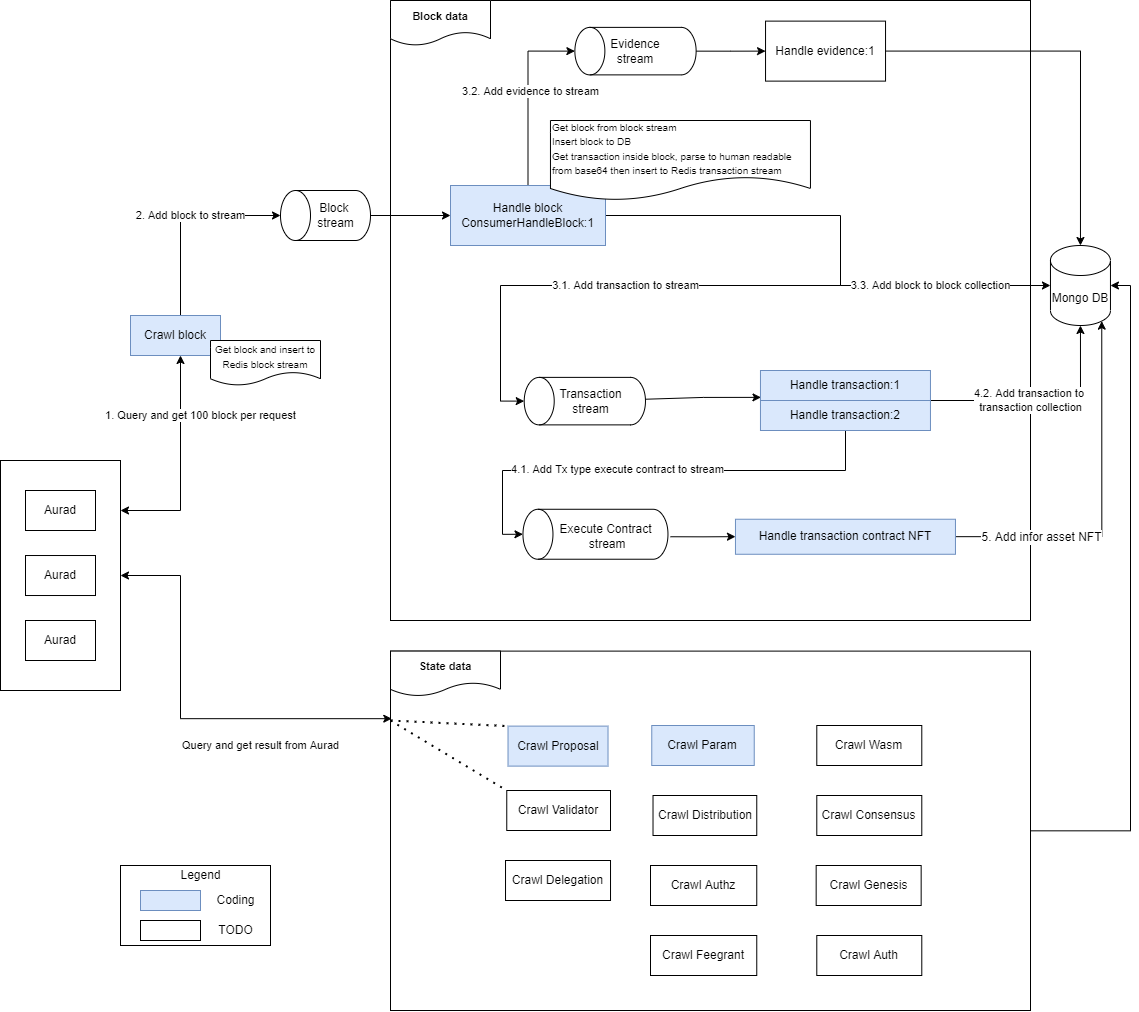
The draw.io diagram docs/images/mainflow-crawl.png in aura-nw/horoscope, before a commit. Source tidied: cells renumbered, new cells last; positions are measured from the earlier drawing's top-left corner, leaving out a move shared by most shapes.
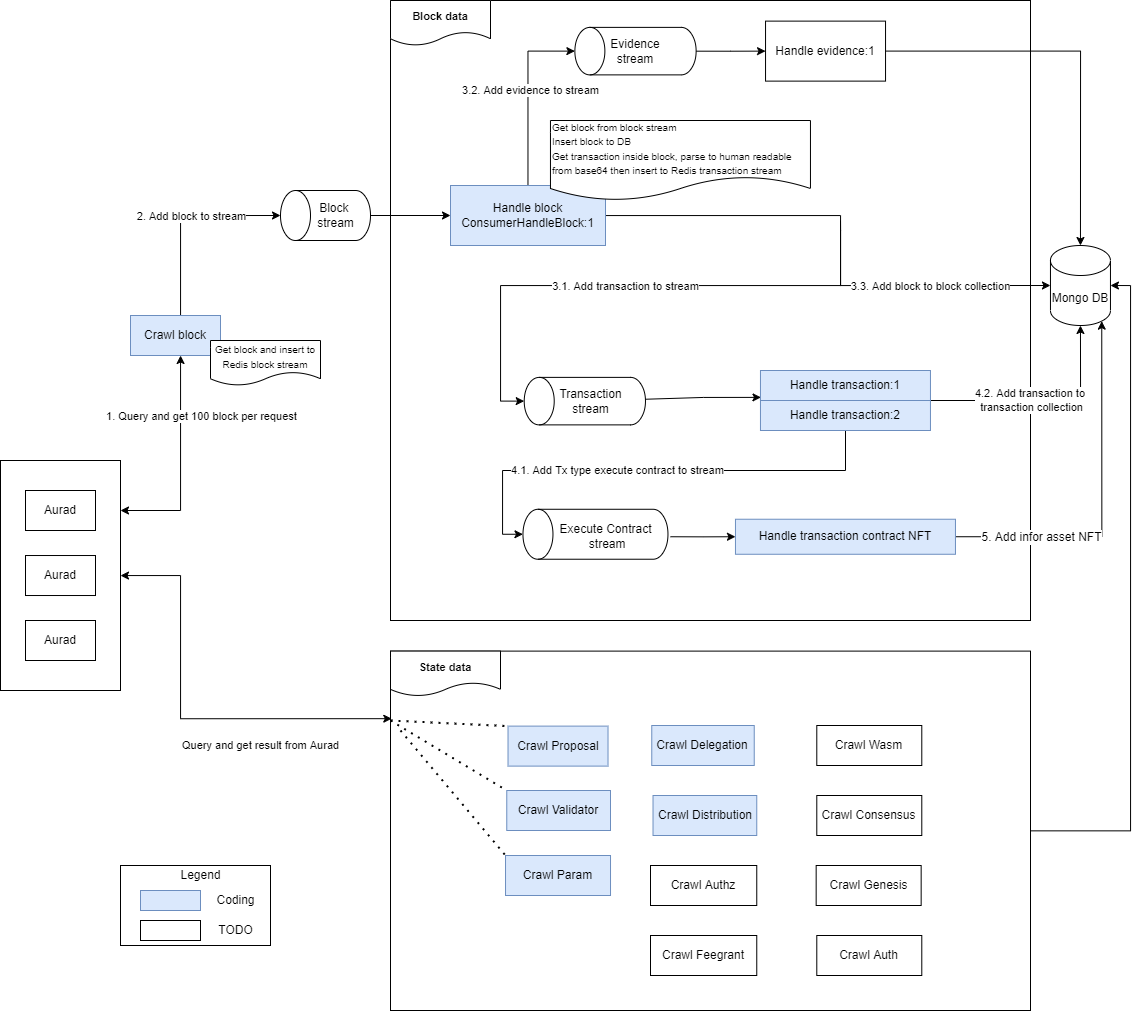
The same diagram one commit later.

What changed in the source:
```diff
@@ -178,7 +178,7 @@
     <mxCell id="41" value="&lt;font style=&quot;font-size: 12px;&quot;&gt;Crawl Proposal&lt;/font&gt;" style="whiteSpace=wrap;html=1;fontSize=10;fillColor=#dae8fc;strokeColor=#6c8ebf;" parent="1" vertex="1">
       <mxGeometry x="507.5" y="735.6" width="100" height="40" as="geometry" />
     </mxCell>
-    <mxCell id="42" value="&lt;font style=&quot;font-size: 12px;&quot;&gt;Crawl Validator&lt;/font&gt;" style="whiteSpace=wrap;html=1;fontSize=10;" parent="1" vertex="1">
+    <mxCell id="42" value="&lt;font style=&quot;font-size: 12px;&quot;&gt;Crawl Validator&lt;/font&gt;" style="whiteSpace=wrap;html=1;fontSize=10;fillColor=#dae8fc;strokeColor=#6c8ebf;" parent="1" vertex="1">
       <mxGeometry x="506.3" y="800" width="103.7" height="40" as="geometry" />
     </mxCell>
     <mxCell id="43" value="&lt;font style=&quot;&quot;&gt;&lt;font style=&quot;font-size: 11px;&quot;&gt;&lt;b&gt;Block data&lt;/b&gt;&lt;/font&gt;&lt;br&gt;&lt;/font&gt;" style="shape=document;whiteSpace=wrap;html=1;boundedLbl=1;" parent="1" vertex="1">
@@ -203,17 +203,17 @@
         <mxPoint x="390" y="730" as="sourcePoint" />
       </mxGeometry>
     </mxCell>
-    <mxCell id="49" value="&lt;font style=&quot;font-size: 12px;&quot;&gt;Crawl Param&lt;br&gt;&lt;/font&gt;" style="whiteSpace=wrap;html=1;fontSize=10;fillColor=#dae8fc;strokeColor=#6c8ebf;" parent="1" vertex="1">
+    <mxCell id="49" value="&lt;font style=&quot;font-size: 12px;&quot;&gt;Crawl Delegation&lt;br&gt;&lt;/font&gt;" style="whiteSpace=wrap;html=1;fontSize=10;fillColor=#dae8fc;strokeColor=#6c8ebf;" parent="1" vertex="1">
       <mxGeometry x="651.3" y="735" width="102.5" height="40" as="geometry" />
     </mxCell>
-    <mxCell id="50" value="&lt;font style=&quot;font-size: 12px;&quot;&gt;Crawl Distribution&lt;br&gt;&lt;/font&gt;" style="whiteSpace=wrap;html=1;fontSize=10;" parent="1" vertex="1">
+    <mxCell id="50" value="&lt;font style=&quot;font-size: 12px;&quot;&gt;Crawl Distribution&lt;br&gt;&lt;/font&gt;" style="whiteSpace=wrap;html=1;fontSize=10;fillColor=#dae8fc;strokeColor=#6c8ebf;" parent="1" vertex="1">
       <mxGeometry x="652.5" y="805" width="103.7" height="40" as="geometry" />
     </mxCell>
     <mxCell id="51" value="&lt;font style=&quot;font-size: 12px;&quot;&gt;Crawl Authz&lt;br&gt;&lt;/font&gt;" style="whiteSpace=wrap;html=1;fontSize=10;" parent="1" vertex="1">
       <mxGeometry x="650" y="875" width="106.3" height="40" as="geometry" />
     </mxCell>
-    <mxCell id="52" value="&lt;font style=&quot;font-size: 12px;&quot;&gt;Crawl Delegation&lt;br&gt;&lt;/font&gt;" style="whiteSpace=wrap;html=1;fontSize=10;" parent="1" vertex="1">
-      <mxGeometry x="505" y="870" width="105" height="40" as="geometry" />
+    <mxCell id="52" value="&lt;font style=&quot;font-size: 12px;&quot;&gt;Crawl Param&lt;br&gt;&lt;/font&gt;" style="whiteSpace=wrap;html=1;fontSize=10;fillColor=#dae8fc;strokeColor=#6c8ebf;" parent="1" vertex="1">
+      <mxGeometry x="505" y="865" width="105" height="40" as="geometry" />
     </mxCell>
     <mxCell id="53" style="edgeStyle=orthogonalEdgeStyle;rounded=0;jettySize=auto;html=1;entryX=0.5;entryY=0;entryDx=0;entryDy=0;entryPerimeter=0;" parent="1" edge="1" source="54" target="22">
       <mxGeometry relative="1" as="geometry" />
@@ -266,5 +266,10 @@
     <mxCell id="69" value="Legend" style="text;html=1;align=center;verticalAlign=middle;strokeColor=none;fillColor=none;" parent="1" vertex="1">
       <mxGeometry x="170" y="875" width="60" height="20" as="geometry" />
     </mxCell>
+    <mxCell id="70" style="endArrow=none;dashed=1;html=1;dashPattern=1 3;strokeWidth=2;rounded=0;fontSize=11;entryX=0;entryY=0;entryDx=0;entryDy=0;" parent="1" edge="1" target="52">
+      <mxGeometry relative="1" as="geometry">
+        <mxPoint x="400" y="740" as="sourcePoint" />
+      </mxGeometry>
+    </mxCell>
   </root>
 </mxGraphModel>
```
